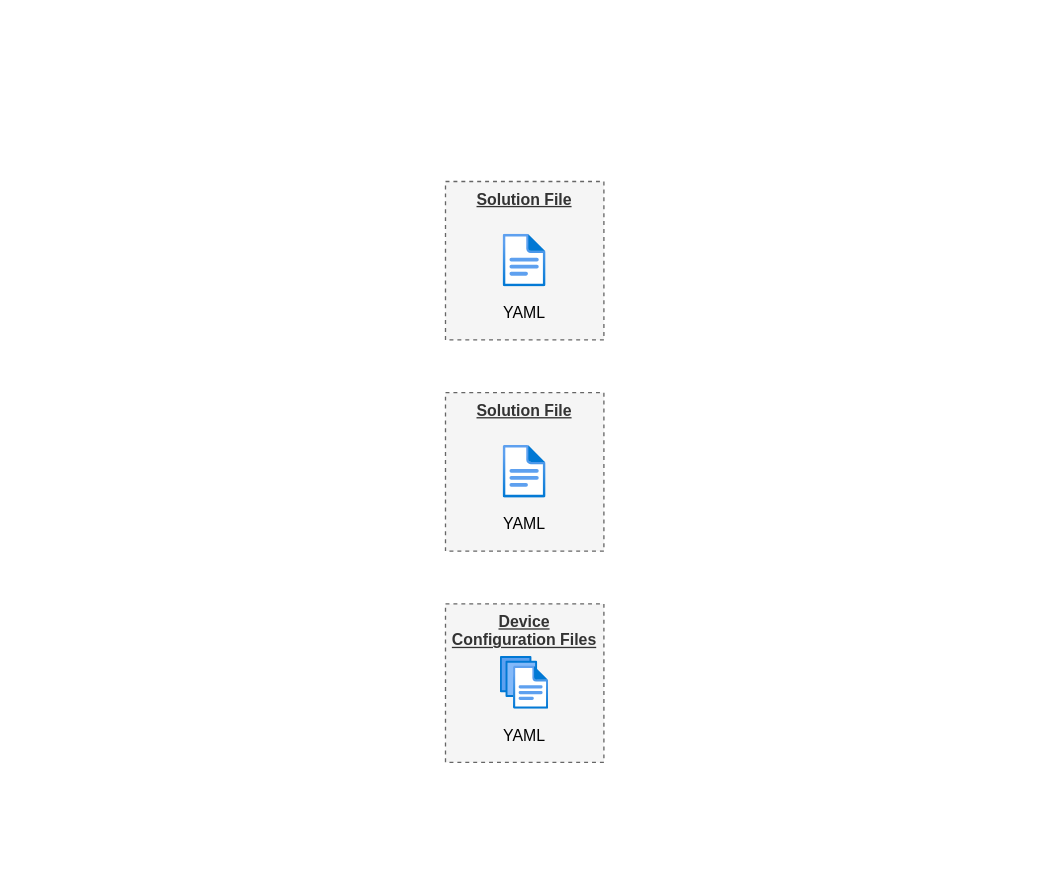
Before: page "Overview" (2 of 2) of npa-plane.drawio in commitconfirmed/draw-io, a draw.io diagram. Source tidied: cells renumbered, new cells numbered last; positions are measured from the earlier drawing's top-left corner, leaving out a move shared by most shapes. Both pictures are drawn from the tidied source at 132%, with x=0, y=0 at pixel (445, 181).
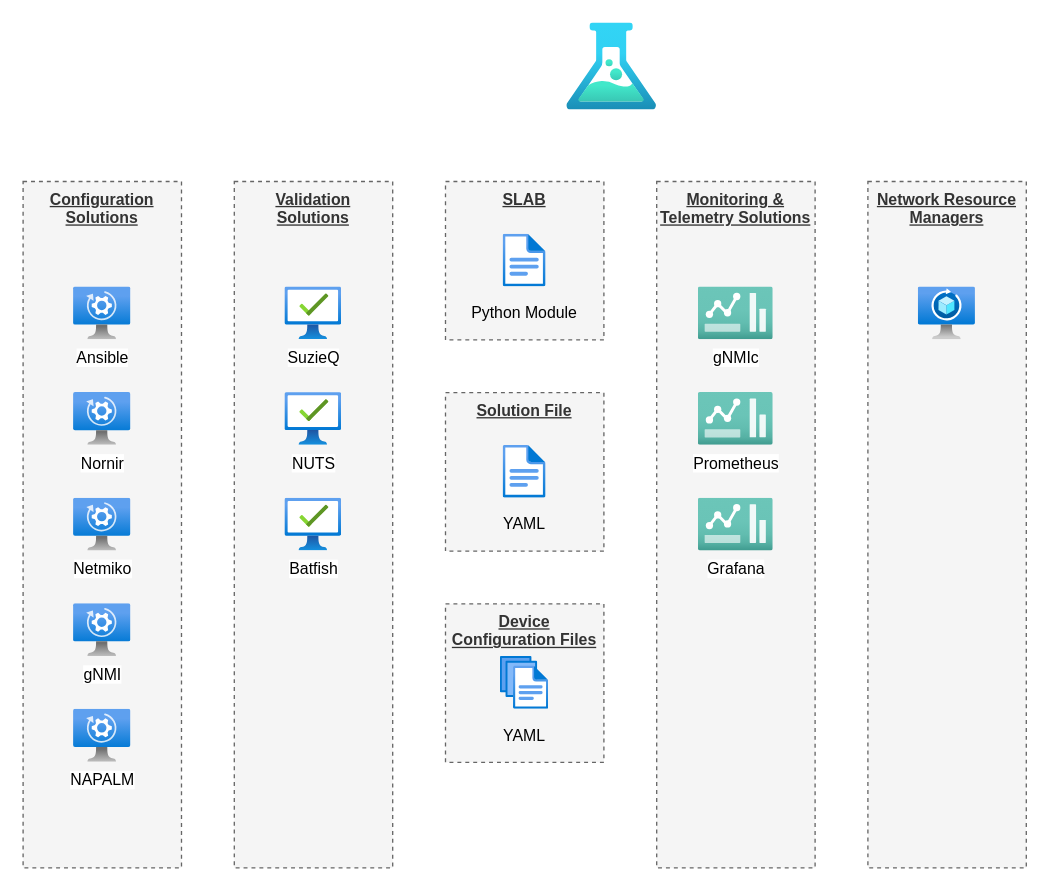
Above is the later version.

Diff of the diagram source:
```diff
@@
-    <mxCell id="8" value="&lt;b&gt;&lt;u&gt;Solution File&lt;/u&gt;&lt;/b&gt;" style="rounded=0;whiteSpace=wrap;html=1;dashed=1;fillColor=#f5f5f5;strokeColor=#666666;fontColor=#333333;labelPosition=center;verticalLabelPosition=middle;align=center;verticalAlign=top;spacingTop=0;" parent="1" vertex="1">
+    <mxCell id="8" value="&lt;b&gt;&lt;u&gt;SLAB&lt;/u&gt;&lt;/b&gt;" style="rounded=0;whiteSpace=wrap;html=1;dashed=1;fillColor=#f5f5f5;strokeColor=#666666;fontColor=#333333;labelPosition=center;verticalLabelPosition=middle;align=center;verticalAlign=top;spacingTop=0;" parent="1" vertex="1">
       <mxGeometry width="120" height="120" as="geometry" />
     </mxCell>
-    <mxCell id="9" value="YAML" style="text;html=1;align=center;verticalAlign=middle;whiteSpace=wrap;rounded=0;" parent="1" vertex="1">
+    <mxCell id="9" value="Python Module" style="text;html=1;align=center;verticalAlign=middle;whiteSpace=wrap;rounded=0;" parent="1" vertex="1">
       <mxGeometry y="80" width="120" height="40" as="geometry" />
     </mxCell>
@@
+    <mxCell id="11" value="&lt;b&gt;&lt;u&gt;Configuration Solutions&lt;/u&gt;&lt;/b&gt;" style="rounded=0;whiteSpace=wrap;html=1;dashed=1;fillColor=#f5f5f5;strokeColor=#666666;fontColor=#333333;labelPosition=center;verticalLabelPosition=middle;align=center;verticalAlign=top;spacingTop=0;" parent="1" vertex="1">
+      <mxGeometry x="-320" width="120" height="520" as="geometry" />
+    </mxCell>
+    <mxCell id="12" style="image;html=1;align=center;fontSize=12;image=img/lib/azure2/general/Load_Test.svg;" parent="1" vertex="1">
+      <mxGeometry x="92" y="-120" width="68" height="66" as="geometry" />
+    </mxCell>
+    <mxCell id="13" value="Ansible" style="image;html=1;align=center;fontSize=12;image=img/lib/azure2/compute/Automanaged_VM.svg;" parent="1" vertex="1">
+      <mxGeometry x="-281.9" y="80" width="43.9" height="40" as="geometry" />
+    </mxCell>
+    <mxCell id="14" value="Nornir" style="image;html=1;align=center;fontSize=12;image=img/lib/azure2/compute/Automanaged_VM.svg;" parent="1" vertex="1">
+      <mxGeometry x="-281.9" y="160" width="43.9" height="40" as="geometry" />
+    </mxCell>
+    <mxCell id="15" value="Netmiko" style="image;html=1;align=center;fontSize=12;image=img/lib/azure2/compute/Automanaged_VM.svg;" parent="1" vertex="1">
+      <mxGeometry x="-281.9" y="240" width="43.9" height="40" as="geometry" />
+    </mxCell>
+    <mxCell id="16" value="gNMI" style="image;html=1;align=center;fontSize=12;image=img/lib/azure2/compute/Automanaged_VM.svg;" parent="1" vertex="1">
+      <mxGeometry x="-281.9" y="320" width="43.9" height="40" as="geometry" />
+    </mxCell>
+    <mxCell id="17" value="NAPALM" style="image;html=1;align=center;fontSize=12;image=img/lib/azure2/compute/Automanaged_VM.svg;" parent="1" vertex="1">
+      <mxGeometry x="-281.9" y="400" width="43.9" height="40" as="geometry" />
+    </mxCell>
+    <mxCell id="18" value="&lt;b&gt;&lt;u&gt;Validation&lt;/u&gt;&lt;/b&gt;&lt;div&gt;&lt;b&gt;&lt;u&gt;Solutions&lt;/u&gt;&lt;/b&gt;&lt;/div&gt;" style="rounded=0;whiteSpace=wrap;html=1;dashed=1;fillColor=#f5f5f5;strokeColor=#666666;fontColor=#333333;labelPosition=center;verticalLabelPosition=middle;align=center;verticalAlign=top;spacingTop=0;" parent="1" vertex="1">
+      <mxGeometry x="-160" width="120" height="520" as="geometry" />
+    </mxCell>
+    <mxCell id="19" value="SuzieQ" style="image;html=1;align=center;fontSize=12;image=img/lib/azure2/management_governance/Managed_Desktop.svg;" parent="1" vertex="1">
+      <mxGeometry x="-121.5" y="80" width="43" height="40" as="geometry" />
+    </mxCell>
+    <mxCell id="20" value="NUTS" style="image;html=1;align=center;fontSize=12;image=img/lib/azure2/management_governance/Managed_Desktop.svg;" parent="1" vertex="1">
+      <mxGeometry x="-121.5" y="160" width="43" height="40" as="geometry" />
+    </mxCell>
+    <mxCell id="21" value="Batfish" style="image;html=1;align=center;fontSize=12;image=img/lib/azure2/management_governance/Managed_Desktop.svg;" parent="1" vertex="1">
+      <mxGeometry x="-121.5" y="240" width="43" height="40" as="geometry" />
+    </mxCell>
+    <mxCell id="22" value="&lt;b&gt;&lt;u&gt;Monitoring &amp;amp; Telemetry Solutions&lt;/u&gt;&lt;/b&gt;" style="rounded=0;whiteSpace=wrap;html=1;dashed=1;fillColor=#f5f5f5;strokeColor=#666666;fontColor=#333333;labelPosition=center;verticalLabelPosition=middle;align=center;verticalAlign=top;spacingTop=0;" parent="1" vertex="1">
+      <mxGeometry x="160" width="120" height="520" as="geometry" />
+    </mxCell>
+    <mxCell id="23" value="gNMIc" style="image;html=1;align=center;fontSize=12;image=img/lib/azure2/general/Dashboard2.svg;" parent="1" vertex="1">
+      <mxGeometry x="191.7" y="80" width="56.7" height="40" as="geometry" />
+    </mxCell>
+    <mxCell id="24" value="Prometheus" style="image;html=1;align=center;fontSize=12;image=img/lib/azure2/general/Dashboard2.svg;" parent="1" vertex="1">
+      <mxGeometry x="191.7" y="160" width="56.7" height="40" as="geometry" />
+    </mxCell>
+    <mxCell id="25" value="Grafana" style="image;html=1;align=center;fontSize=12;image=img/lib/azure2/general/Dashboard2.svg;" parent="1" vertex="1">
+      <mxGeometry x="191.7" y="240" width="56.7" height="40" as="geometry" />
+    </mxCell>
+    <mxCell id="26" value="&lt;b&gt;&lt;u&gt;Network Resource Managers&lt;/u&gt;&lt;/b&gt;" style="rounded=0;whiteSpace=wrap;html=1;dashed=1;fillColor=#f5f5f5;strokeColor=#666666;fontColor=#333333;labelPosition=center;verticalLabelPosition=middle;align=center;verticalAlign=top;spacingTop=0;" parent="1" vertex="1">
+      <mxGeometry x="320" width="120" height="520" as="geometry" />
+    </mxCell>
+    <mxCell id="27" style="image;html=1;align=center;fontSize=12;image=img/lib/azure2/networking/Spot_VM.svg;" parent="1" vertex="1">
+      <mxGeometry x="358.3" y="80" width="43.3" height="40" as="geometry" />
+    </mxCell>
```
